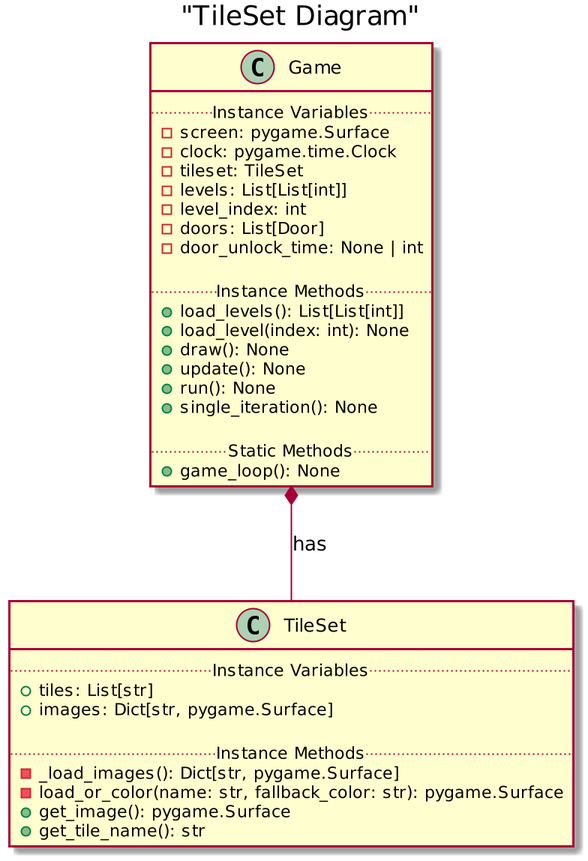
The PlantUML diagram Puzzle_Maze/uml/game/game.png in kmerickson/OOP-PuzzleMaze, before a commit.
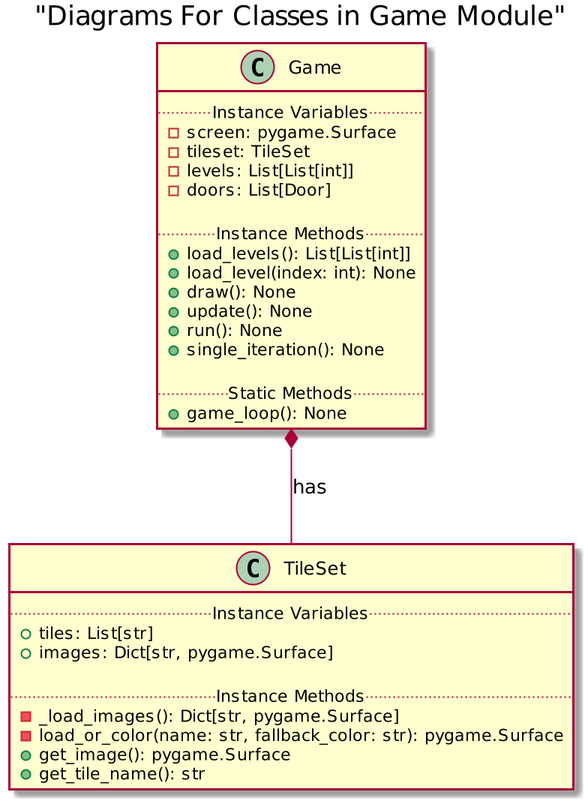
After the change.

Change to the diagram source:
```diff
@@ -1,6 +1,6 @@
 @startuml
 scale 2
-title "TileSet Diagram"
+title "Diagrams For Classes in Game Module"
 
 class TileSet {
     .. Instance Variables ..
@@ -17,12 +17,9 @@
 class Game {
     .. Instance Variables ..
     - screen: pygame.Surface
-    - clock: pygame.time.Clock
     - tileset: TileSet
     - levels: List[List[int]]
-    - level_index: int
     - doors: List[Door]
-    - door_unlock_time: None | int
 
     .. Instance Methods ..
     + load_levels(): List[List[int]]
```
